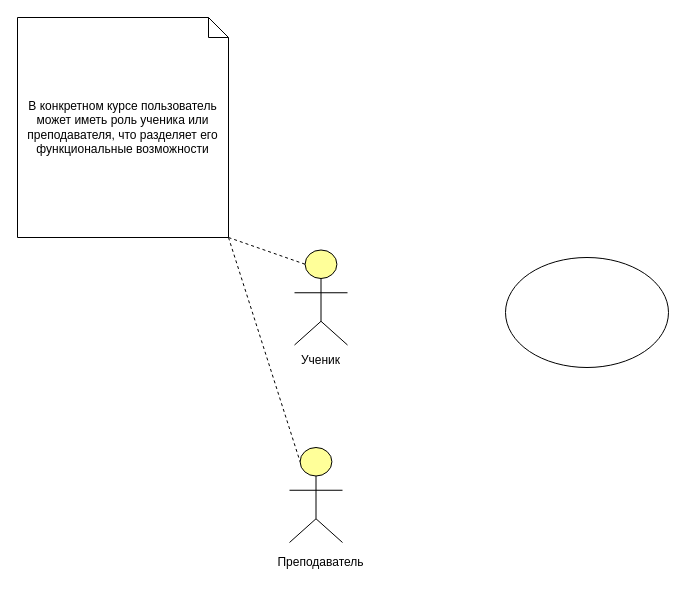
Above: diagrams/GoogleClassUseCase.drawio in vishIGOR/SchemesForRequirementsEngineering (draw.io), before the change. Source tidied: cells renumbered, new cells numbered last; positions are measured from the earlier drawing's top-left corner, leaving out a move shared by most shapes. Both pictures are drawn from the tidied source at 100%, with x=0, y=0 at pixel (17, 17).
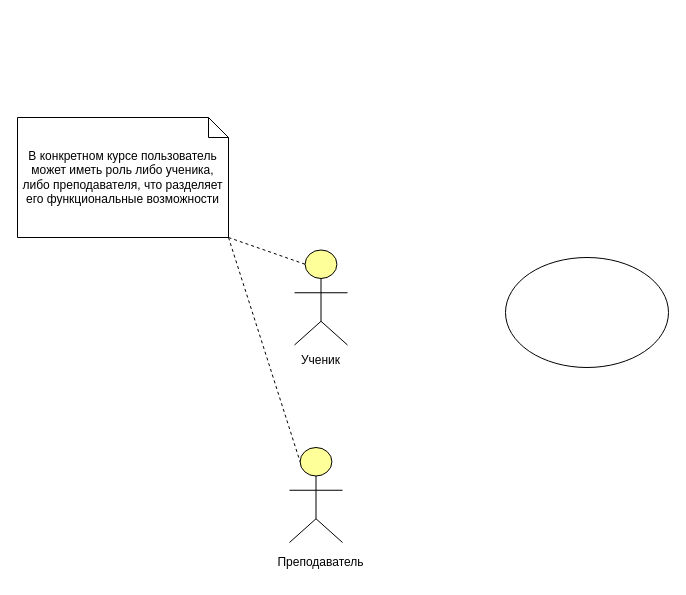
The same page after the edit.

Diff of the diagram source:
```diff
@@
 <mxGraphModel>
   <root>
     <mxCell id="0" />
     <mxCell id="1" parent="0" />
     <mxCell id="2" style="html=1;whiteSpace=wrap;fillColor=#ffff99;shape=mxgraph.archimate3.actor;fontSize=14;" parent="1" vertex="1">
       <mxGeometry x="277" y="232.5" width="53" height="95" as="geometry" />
     </mxCell>
     <mxCell id="3" style="ellipse;whiteSpace=wrap;html=1;" parent="1" vertex="1">
       <mxGeometry x="488" y="240" width="163" height="110" as="geometry" />
     </mxCell>
     <mxCell id="4" value="Ученик" style="text;html=1;strokeColor=none;fillColor=none;align=center;verticalAlign=middle;whiteSpace=wrap;rounded=0;" parent="1" vertex="1">
       <mxGeometry x="272" y="327.5" width="63" height="30" as="geometry" />
     </mxCell>
     <mxCell id="5" style="html=1;whiteSpace=wrap;fillColor=#ffff99;shape=mxgraph.archimate3.actor;fontSize=14;" parent="1" vertex="1">
       <mxGeometry x="272" y="430" width="53" height="95" as="geometry" />
     </mxCell>
     <mxCell id="6" value="Преподаватель" style="text;html=1;strokeColor=none;fillColor=none;align=center;verticalAlign=middle;whiteSpace=wrap;rounded=0;" parent="1" vertex="1">
       <mxGeometry x="272" y="530" width="63" height="30" as="geometry" />
     </mxCell>
-    <mxCell id="7" value="В конкретном курсе пользователь может иметь роль ученика или преподавателя, что разделяет его функциональные возможности" style="shape=note;size=20;whiteSpace=wrap;html=1;" parent="1" vertex="1">
-      <mxGeometry width="211" height="220" as="geometry" />
+    <mxCell id="7" value="В конкретном курсе пользователь может иметь роль либо ученика, либо преподавателя, что разделяет его функциональные возможности" style="shape=note;size=20;whiteSpace=wrap;html=1;" parent="1" vertex="1">
+      <mxGeometry y="100" width="211" height="120" as="geometry" />
     </mxCell>
     <mxCell id="8" style="endArrow=none;dashed=1;html=1;rounded=0;exitX=1;exitY=1;exitDx=0;exitDy=0;exitPerimeter=0;entryX=0.2;entryY=0.15;entryDx=0;entryDy=0;entryPerimeter=0;" parent="1" edge="1" source="7" target="2">
       <mxGeometry relative="1" as="geometry" />
     </mxCell>
     <mxCell id="9" style="endArrow=none;dashed=1;html=1;rounded=0;exitX=1;exitY=1;exitDx=0;exitDy=0;exitPerimeter=0;entryX=0.2;entryY=0.15;entryDx=0;entryDy=0;entryPerimeter=0;" parent="1" edge="1" source="7" target="5">
       <mxGeometry relative="1" as="geometry" />
     </mxCell>
   </root>
 </mxGraphModel>
```
